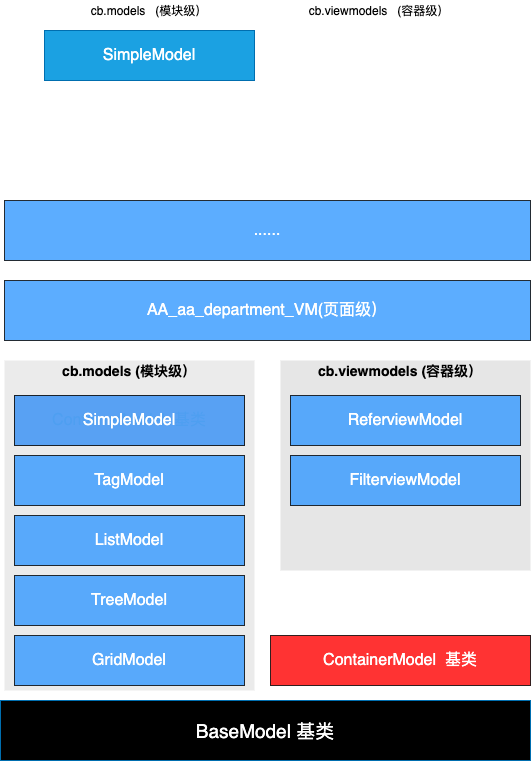
Earlier version of the draw.io export 模型分层.png (iuapwuxiaoliang/hlw). Source tidied: cells renumbered, new cells last; positions are measured from the earlier drawing's top-left corner, leaving out a move shared by most shapes.
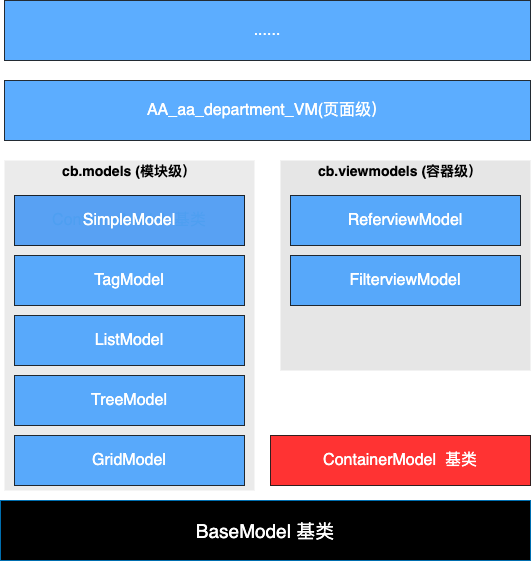
Later version of the same file.

Change to the diagram source:
```diff
@@ -8,21 +8,9 @@
     <mxCell id="3" style="rounded=0;whiteSpace=wrap;html=1;fontColor=#333333;strokeColor=none;fillColor=#e6e6e6;" parent="1" vertex="1">
       <mxGeometry x="280" y="360" width="250" height="210" as="geometry" />
     </mxCell>
-    <mxCell id="4" value="cb.models&amp;nbsp; &amp;nbsp;(模块级）" style="text;html=1;strokeColor=none;fillColor=none;align=center;verticalAlign=middle;whiteSpace=wrap;rounded=0;" parent="1" vertex="1">
-      <mxGeometry x="64" width="170" height="20" as="geometry" />
-    </mxCell>
-    <mxCell id="5" value="cb.viewmodels&amp;nbsp; &amp;nbsp;(容器级）" style="text;html=1;strokeColor=none;fillColor=none;align=center;verticalAlign=middle;whiteSpace=wrap;rounded=0;" parent="1" vertex="1">
-      <mxGeometry x="294" width="170" height="20" as="geometry" />
-    </mxCell>
     <mxCell id="6" value="&lt;font style=&quot;font-size: 16px&quot;&gt;ContainerModel&amp;nbsp; 基类&lt;/font&gt;" style="rounded=0;whiteSpace=wrap;html=1;fillColor=#FF3333;" parent="1" vertex="1">
       <mxGeometry x="14" y="395" width="230" height="50" as="geometry" />
     </mxCell>
-    <mxCell id="7" value="&lt;font style=&quot;font-size: 16px&quot;&gt;SimpleModel&lt;/font&gt;" style="rounded=0;whiteSpace=wrap;html=1;fillColor=#1ba1e2;strokeColor=#006EAF;fontColor=#ffffff;" parent="1" vertex="1">
-      <mxGeometry x="44" y="30" width="210" height="50" as="geometry" />
-    </mxCell>
-    <mxCell id="8" style="edgeStyle=orthogonalEdgeStyle;rounded=0;orthogonalLoop=1;jettySize=auto;html=1;exitX=0.5;exitY=1;exitDx=0;exitDy=0;" parent="1" edge="1" source="5" target="5">
-      <mxGeometry relative="1" as="geometry" />
-    </mxCell>
     <mxCell id="9" style="rounded=0;whiteSpace=wrap;html=1;strokeWidth=1;strokeColor=none;opacity=80;fillColor=#E6E6E6;" parent="1" vertex="1">
       <mxGeometry x="4" y="360" width="250" height="330" as="geometry" />
     </mxCell>
```
